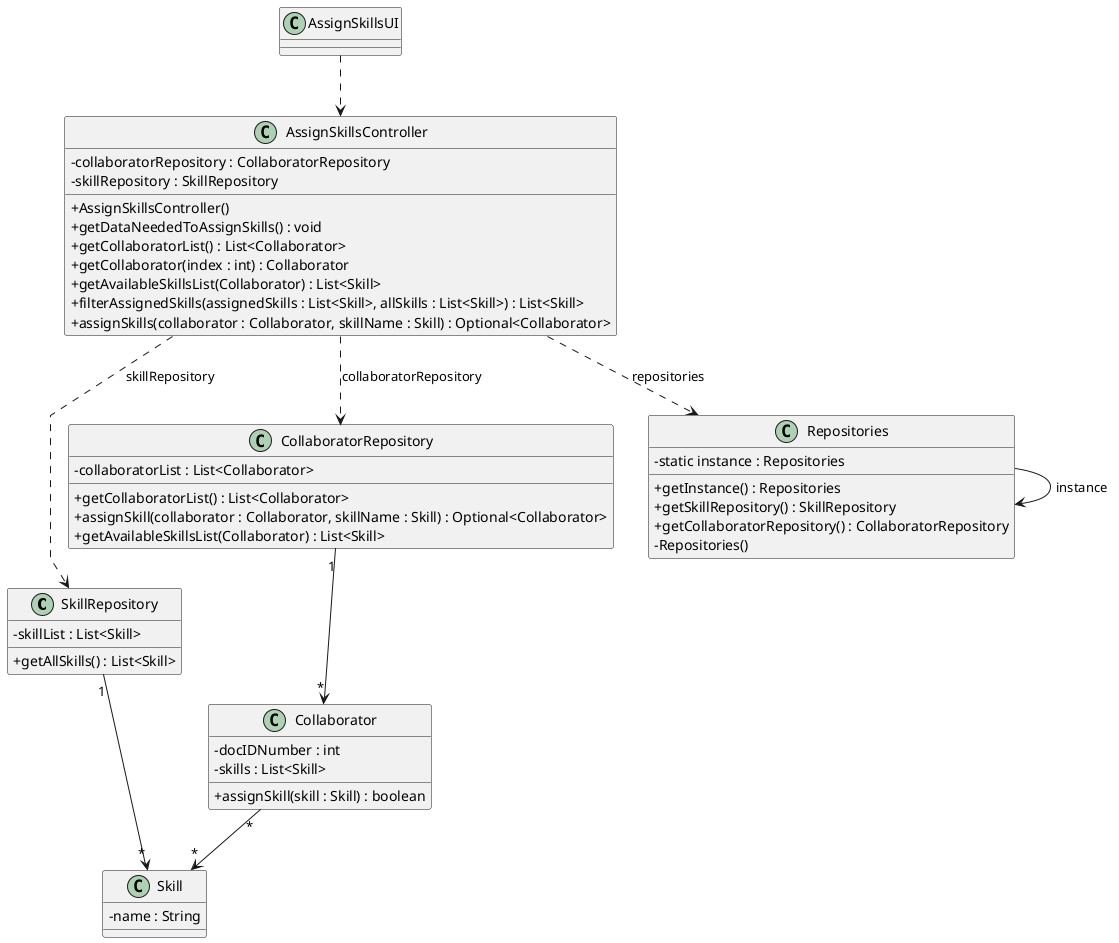
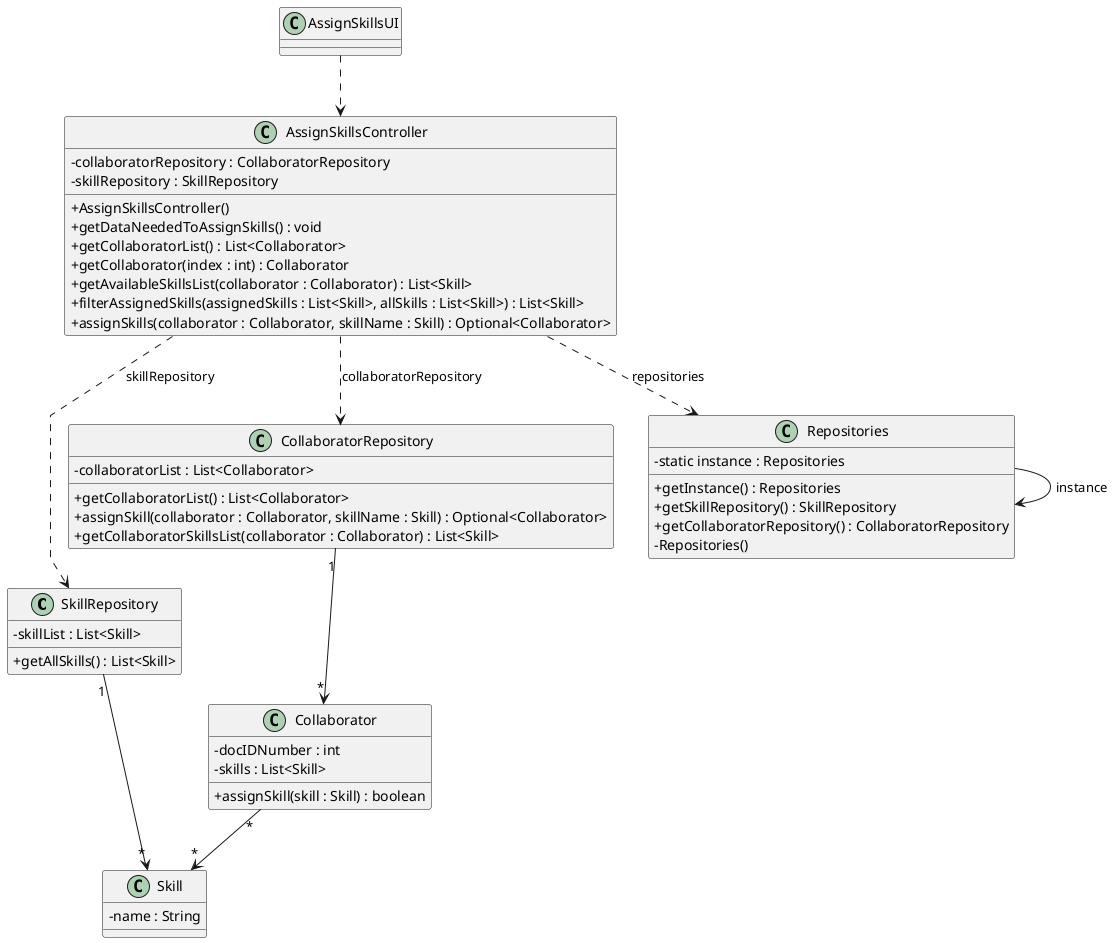
    @startuml
    'skinparam monochrome true
    skinparam packageStyle rectangle
    skinparam shadowing false
    skinparam linetype polyline
    'skinparam linetype orto

    skinparam classAttributeIconSize 0

    'left to right direction

    class SkillRepository {
        - skillList : List<Skill>
        + getAllSkills() : List<Skill>
    }

    class AssignSkillsUI {
    }

    class AssignSkillsController {
        - collaboratorRepository : CollaboratorRepository
        - skillRepository : SkillRepository
        + AssignSkillsController()
        + getDataNeededToAssignSkills() : void
        + getCollaboratorList() : List<Collaborator>
        + getCollaborator(index : int) : Collaborator
-         + getAvailableSkillsList(Collaborator) : List<Skill>
+         + getAvailableSkillsList(collaborator : Collaborator) : List<Skill>
        + filterAssignedSkills(assignedSkills : List<Skill>, allSkills : List<Skill>) : List<Skill>
        + assignSkills(collaborator : Collaborator, skillName : Skill) : Optional<Collaborator>
    }

    class CollaboratorRepository {
        - collaboratorList : List<Collaborator>
        + getCollaboratorList() : List<Collaborator>
        + assignSkill(collaborator : Collaborator, skillName : Skill) : Optional<Collaborator>
-         + getAvailableSkillsList(Collaborator) : List<Skill>
+         + getCollaboratorSkillsList(collaborator : Collaborator) : List<Skill>
    }

    class Collaborator {
        - docIDNumber : int
        - skills : List<Skill>
        + assignSkill(skill : Skill) : boolean
    }

    class Skill {
        - name : String
    }

    class Repositories {
        - static instance : Repositories
        + getInstance() : Repositories
        + getSkillRepository() : SkillRepository
        + getCollaboratorRepository() : CollaboratorRepository
        - Repositories()
    }

    AssignSkillsUI ..> AssignSkillsController
    AssignSkillsController ..> Repositories : repositories
    AssignSkillsController ..> SkillRepository : skillRepository
    AssignSkillsController ..> CollaboratorRepository : collaboratorRepository
    SkillRepository "1" --> "*" Skill
    CollaboratorRepository "1" --> "*" Collaborator
    Repositories --> Repositories : instance
    Collaborator "*" --> "*" Skill

    @enduml
